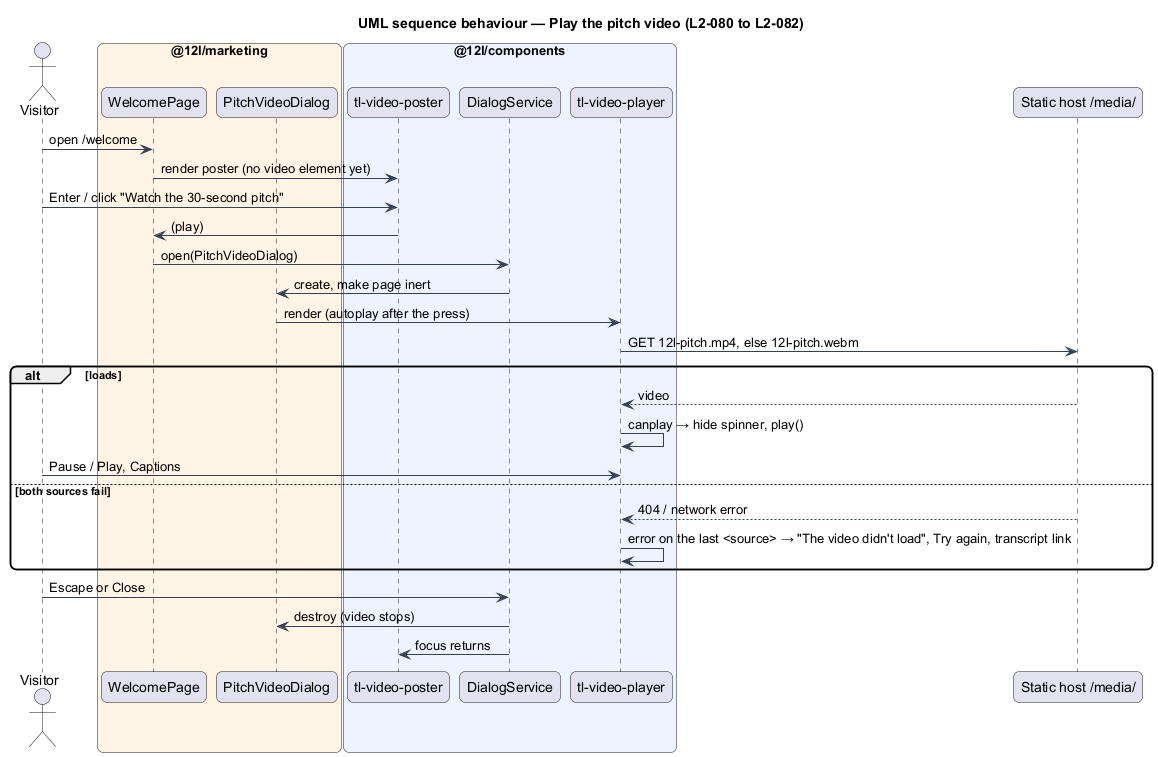
Above: docs/detailed-designs/platform/marketing-page/diagrams/sequence-play-video.png in QuinntyneBrown/12l (PlantUML), before the change.
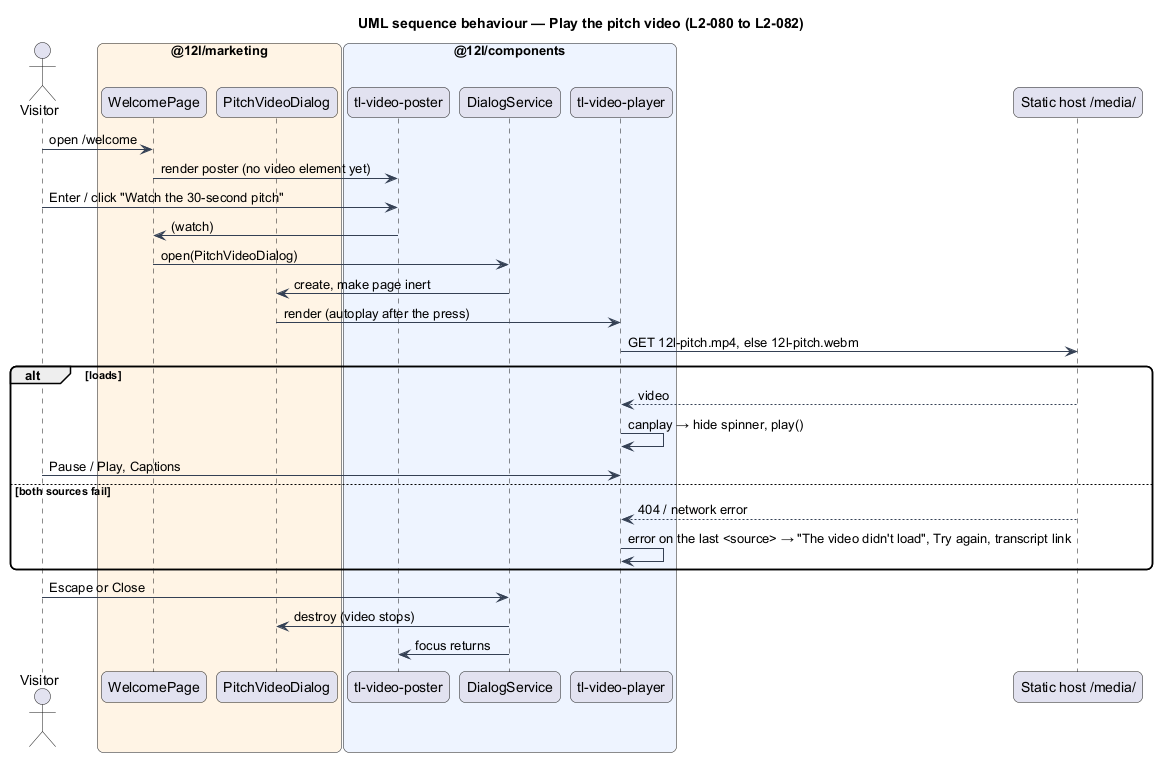
Later version of the same file.

What changed in the source:
```diff
@@ -20,7 +20,7 @@
 v -> page : open /welcome
 page -> poster : render poster (no video element yet)
 v -> poster : Enter / click "Watch the 30-second pitch"
-poster -> page : (play)
+poster -> page : (watch)
 page -> ds : open(PitchVideoDialog)
 ds -> dlg : create, make page inert
 dlg -> player : render (autoplay after the press)
```
